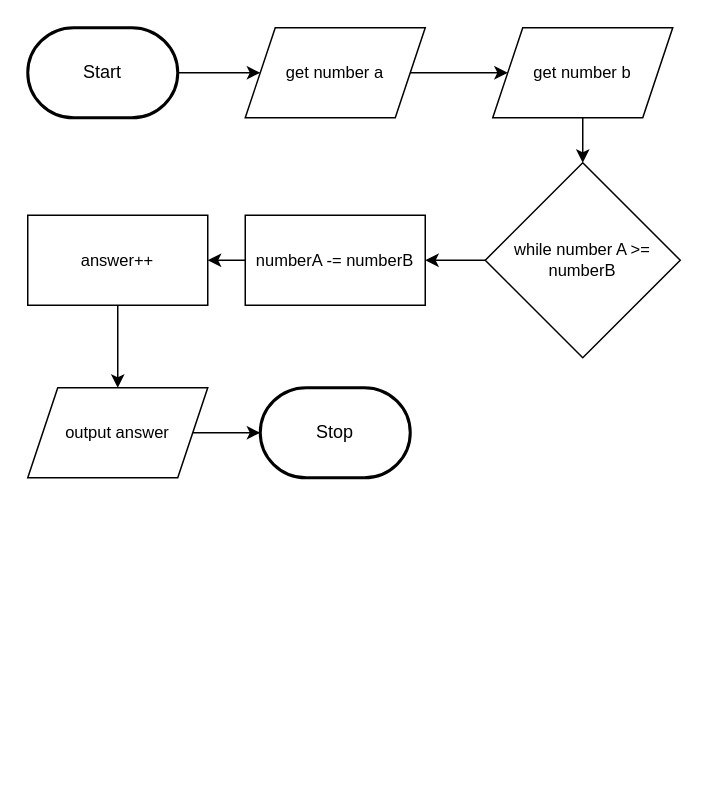
Earlier version of the draw.io diagram design/flowchart.drawio (MTHS-ICS2O-2-2022/ICS2O-Unit-5-08-Mohamad-Tanbari). Source tidied: cells renumbered, new cells numbered last; positions are measured from the earlier drawing's top-left corner, leaving out a move shared by most shapes. Both pictures are drawn from the tidied source at 150%, with x=0, y=0 at pixel (27, 27).
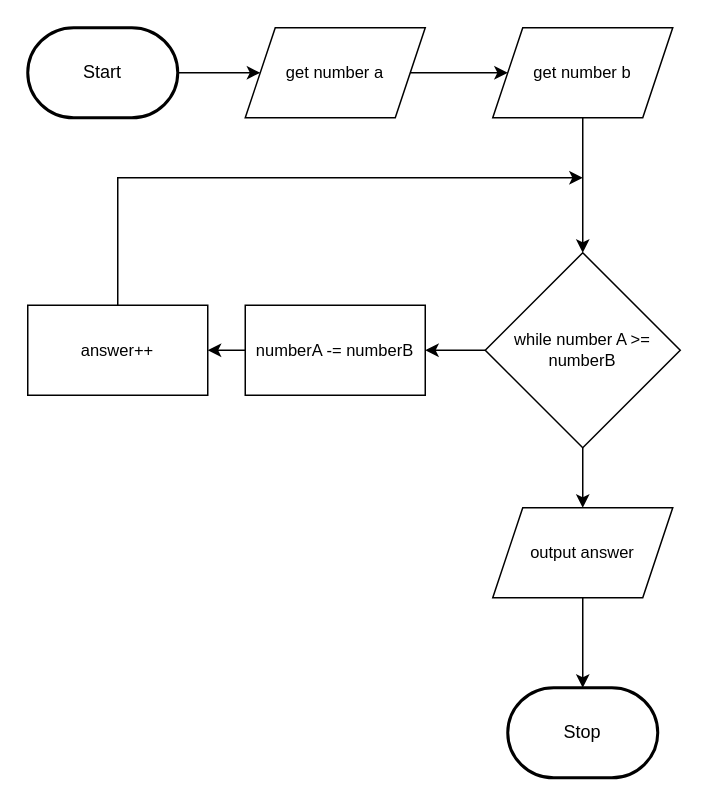
Above is the later version.

What changed in the source:
```diff
@@
 <mxGraphModel>
   <root>
     <mxCell id="0" />
     <mxCell id="1" parent="0" />
     <mxCell id="2" style="edgeStyle=orthogonalEdgeStyle;shape=connector;rounded=0;html=1;labelBackgroundColor=default;strokeColor=default;fontFamily=Helvetica;fontSize=11;fontColor=default;endArrow=classic;" parent="1" edge="1" source="3" target="6">
       <mxGeometry relative="1" as="geometry" />
     </mxCell>
     <mxCell id="3" value="Start" style="strokeWidth=2;html=1;shape=mxgraph.flowchart.terminator;whiteSpace=wrap;" parent="1" vertex="1">
       <mxGeometry width="100" height="60" as="geometry" />
     </mxCell>
     <mxCell id="4" value="Stop" style="strokeWidth=2;html=1;shape=mxgraph.flowchart.terminator;whiteSpace=wrap;" parent="1" vertex="1">
-      <mxGeometry x="155" y="240" width="100" height="60" as="geometry" />
+      <mxGeometry x="320" y="440" width="100" height="60" as="geometry" />
     </mxCell>
     <mxCell id="5" style="edgeStyle=orthogonalEdgeStyle;shape=connector;rounded=0;html=1;labelBackgroundColor=default;strokeColor=default;fontFamily=Helvetica;fontSize=11;fontColor=default;endArrow=classic;" parent="1" edge="1" source="6" target="8">
       <mxGeometry relative="1" as="geometry" />
     </mxCell>
     <mxCell id="6" value="get number a" style="shape=parallelogram;perimeter=parallelogramPerimeter;whiteSpace=wrap;html=1;fixedSize=1;fontFamily=Helvetica;fontSize=11;fontColor=default;" parent="1" vertex="1">
       <mxGeometry x="145" width="120" height="60" as="geometry" />
     </mxCell>
     <mxCell id="7" style="edgeStyle=orthogonalEdgeStyle;shape=connector;rounded=0;html=1;labelBackgroundColor=default;strokeColor=default;fontFamily=Helvetica;fontSize=11;fontColor=default;endArrow=classic;" parent="1" edge="1" source="8" target="10">
       <mxGeometry relative="1" as="geometry" />
     </mxCell>
     <mxCell id="8" value="get number b" style="shape=parallelogram;perimeter=parallelogramPerimeter;whiteSpace=wrap;html=1;fixedSize=1;fontFamily=Helvetica;fontSize=11;fontColor=default;" parent="1" vertex="1">
       <mxGeometry x="310" width="120" height="60" as="geometry" />
     </mxCell>
     <mxCell id="9" style="edgeStyle=orthogonalEdgeStyle;shape=connector;rounded=0;html=1;labelBackgroundColor=default;strokeColor=default;fontFamily=Helvetica;fontSize=11;fontColor=default;endArrow=classic;" parent="1" edge="1" source="10" target="12">
       <mxGeometry relative="1" as="geometry" />
     </mxCell>
+    <mxCell id="17" style="edgeStyle=orthogonalEdgeStyle;shape=connector;rounded=0;html=1;entryX=0.5;entryY=0;entryDx=0;entryDy=0;labelBackgroundColor=default;strokeColor=default;fontFamily=Helvetica;fontSize=11;fontColor=default;endArrow=classic;" parent="1" edge="1" source="10" target="16">
+      <mxGeometry relative="1" as="geometry" />
+    </mxCell>
     <mxCell id="10" value="while number A &amp;gt;= numberB" style="rhombus;whiteSpace=wrap;html=1;fontSize=11;" parent="1" vertex="1">
-      <mxGeometry x="305" y="90" width="130" height="130" as="geometry" />
+      <mxGeometry x="305" y="150" width="130" height="130" as="geometry" />
     </mxCell>
     <mxCell id="11" style="edgeStyle=none;html=1;" parent="1" edge="1" source="12" target="14">
       <mxGeometry relative="1" as="geometry" />
     </mxCell>
     <mxCell id="12" value="numberA -= numberB" style="whiteSpace=wrap;html=1;fontSize=11;" parent="1" vertex="1">
-      <mxGeometry x="145" y="125" width="120" height="60" as="geometry" />
+      <mxGeometry x="145" y="185" width="120" height="60" as="geometry" />
     </mxCell>
-    <mxCell id="13" style="edgeStyle=none;html=1;" parent="1" edge="1" source="14" target="16">
-      <mxGeometry relative="1" as="geometry" />
-    </mxCell>
+    <mxCell id="18" style="edgeStyle=orthogonalEdgeStyle;shape=connector;rounded=0;html=1;labelBackgroundColor=default;strokeColor=default;fontFamily=Helvetica;fontSize=11;fontColor=default;endArrow=classic;" parent="1" edge="1" source="14">
+      <mxGeometry relative="1" as="geometry">
+        <mxPoint x="370" y="100" as="targetPoint" />
+        <Array as="points">
+          <mxPoint x="60" y="100" />
+        </Array>
+      </mxGeometry>
+    </mxCell>
     <mxCell id="14" value="answer++" style="whiteSpace=wrap;html=1;fontSize=11;" parent="1" vertex="1">
-      <mxGeometry y="125" width="120" height="60" as="geometry" />
+      <mxGeometry y="185" width="120" height="60" as="geometry" />
     </mxCell>
     <mxCell id="15" style="edgeStyle=none;html=1;" parent="1" edge="1" source="16" target="4">
       <mxGeometry relative="1" as="geometry" />
     </mxCell>
     <mxCell id="16" value="output answer" style="shape=parallelogram;perimeter=parallelogramPerimeter;whiteSpace=wrap;html=1;fixedSize=1;fontSize=11;" parent="1" vertex="1">
-      <mxGeometry y="240" width="120" height="60" as="geometry" />
+      <mxGeometry x="310" y="320" width="120" height="60" as="geometry" />
     </mxCell>
   </root>
 </mxGraphModel>
```
